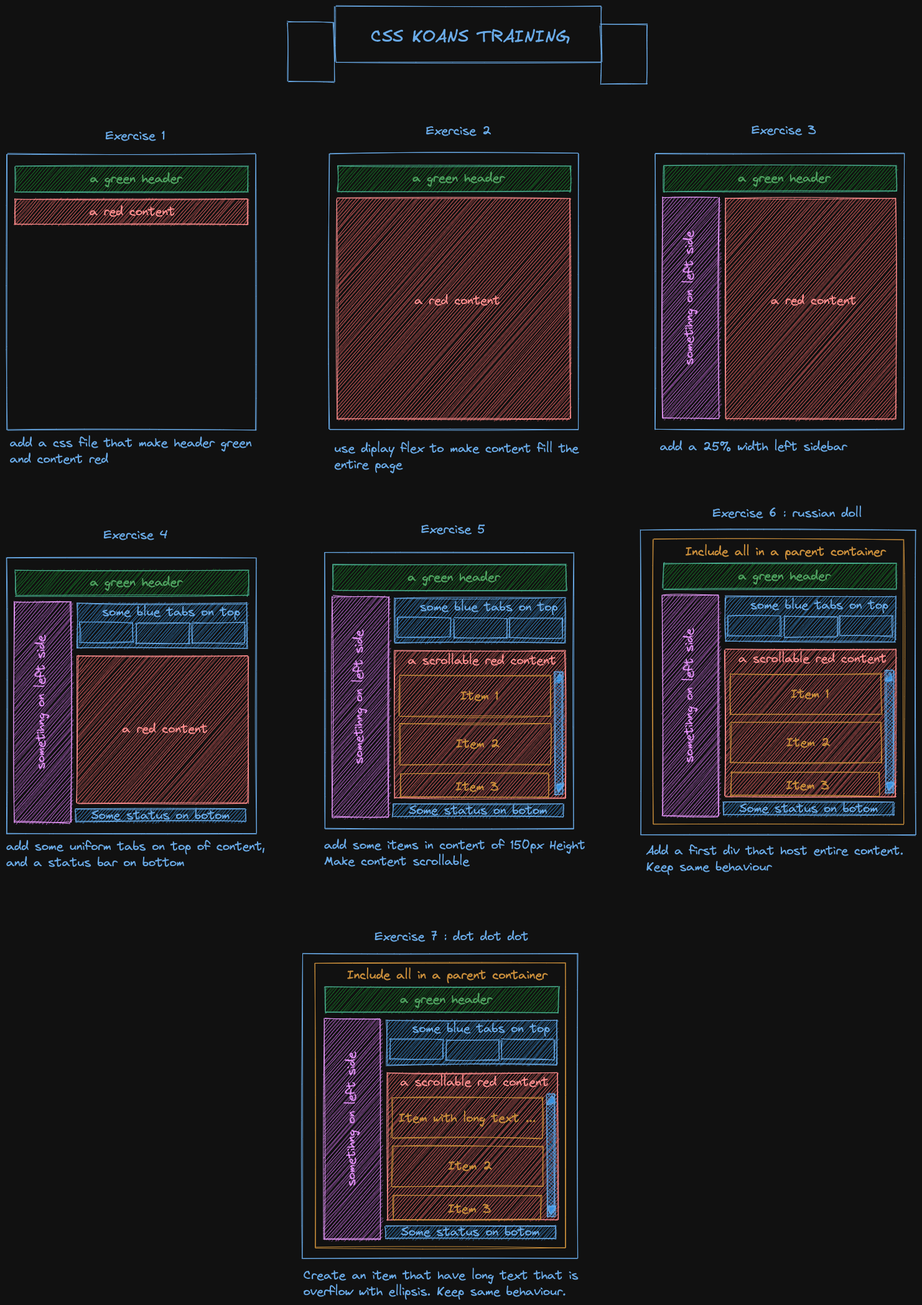
The Excalidraw diagram css-koans-training.png in mathieucans/css-koans-kata, before a commit. Source tidied: one line per element, renumbered; positions are measured from the earlier drawing's top-left corner, leaving out a move shared by most shapes.
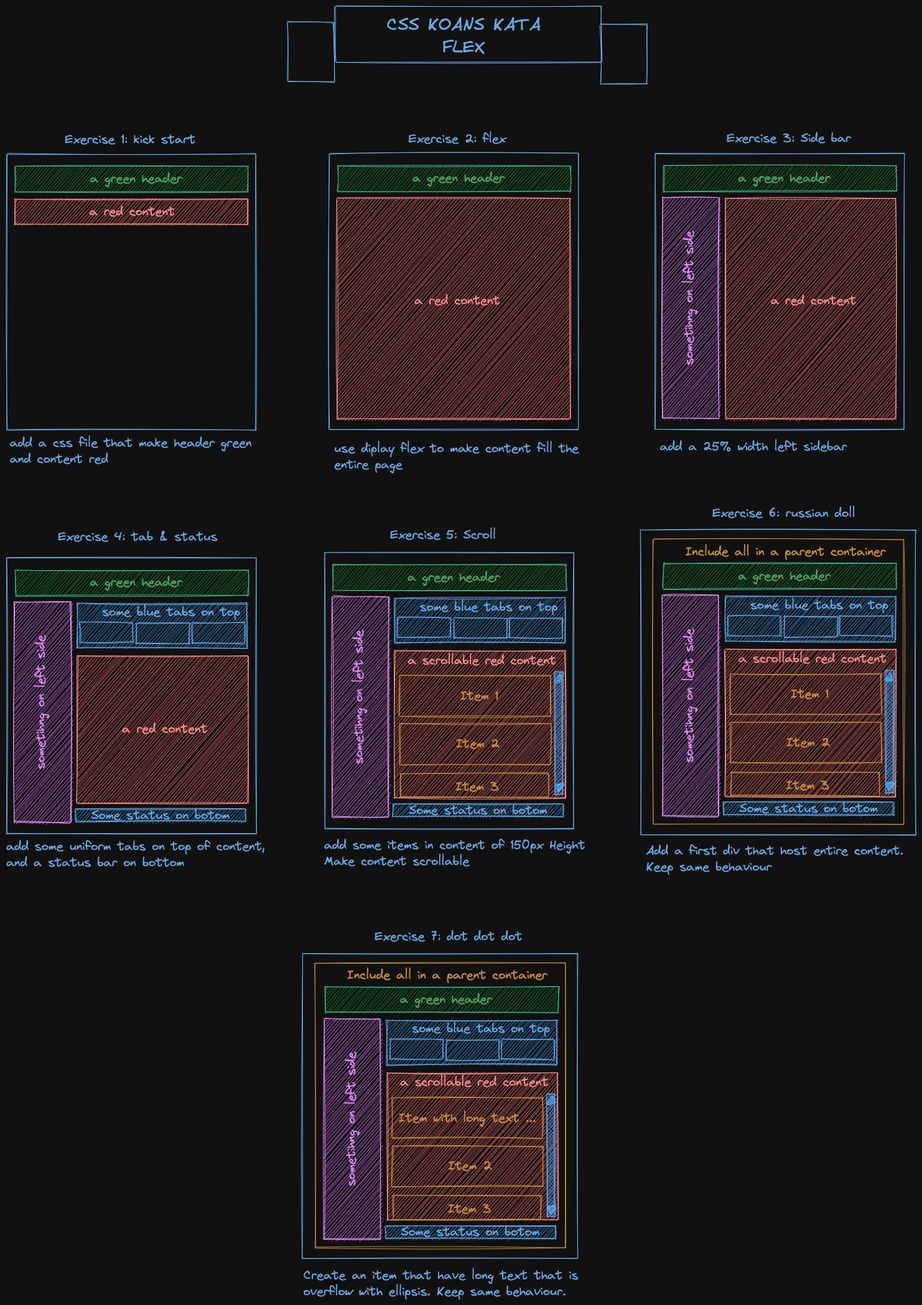
After the commit.

Commit message:
complete readme and improve visual instructions

What changed in the source:
```diff
@@ -14,11 +14,11 @@
 {"id": 13, "type": "text", "text": "a red content", "strokeColor": "#c92a2a", "strokeWidth": 1, "roughness": 1, "fontSize": 20, "fontFamily": 1, "x": 713, "y": 461, "width": 137, "height": 25}
 {"id": 14, "type": "text", "text": "a red content", "strokeColor": "#c92a2a", "strokeWidth": 1, "roughness": 1, "fontSize": 20, "fontFamily": 1, "x": 1286, "y": 461, "width": 137, "height": 25}
 {"id": 15, "type": "text", "text": " sometihng on left side", "strokeColor": "#862e9c", "angle": 4.71, "strokeWidth": 1, "roughness": 1, "fontSize": 20, "fontFamily": 1, "x": 1042, "y": 461, "width": 226, "height": 25}
-{"id": 16, "type": "text", "text": "Exercise 1", "strokeColor": "#1864ab", "backgroundColor": "#fa5252", "fillStyle": "hachure", "strokeWidth": 1, "roughness": 1, "fontSize": 20, "fontFamily": 1, "x": 217, "y": 196, "width": 96, "height": 25}
+{"id": 16, "type": "text", "text": "Exercise 1: kick start", "strokeColor": "#1864ab", "backgroundColor": "#fa5252", "fillStyle": "hachure", "strokeWidth": 1, "roughness": 1, "fontSize": 20, "fontFamily": 1, "x": 151, "y": 202, "width": 210, "height": 25}
-{"id": 17, "type": "text", "text": "Exercise 2", "strokeColor": "#1864ab", "backgroundColor": "#fa5252", "fillStyle": "hachure", "strokeWidth": 1, "roughness": 1, "fontSize": 20, "fontFamily": 1, "x": 732, "y": 188, "width": 105, "height": 25}
+{"id": 17, "type": "text", "text": "Exercise 2: flex", "strokeColor": "#1864ab", "backgroundColor": "#fa5252", "fillStyle": "hachure", "strokeWidth": 1, "roughness": 1, "fontSize": 20, "fontFamily": 1, "x": 704, "y": 201, "width": 157, "height": 25}
-{"id": 18, "type": "text", "text": "Exercise 3", "strokeColor": "#1864ab", "backgroundColor": "#fa5252", "fillStyle": "hachure", "strokeWidth": 1, "roughness": 1, "fontSize": 20, "fontFamily": 1, "x": 1255, "y": 187, "width": 104, "height": 25}
+{"id": 18, "type": "text", "text": "Exercise 3: Side bar", "strokeColor": "#1864ab", "backgroundColor": "#fa5252", "fillStyle": "hachure", "strokeWidth": 1, "roughness": 1, "fontSize": 20, "fontFamily": 1, "x": 1215, "y": 200, "width": 200, "height": 25}
 {"id": 19, "type": "rectangle", "strokeColor": "#862e9c", "backgroundColor": "#be4bdb", "fillStyle": "hachure", "strokeWidth": 1, "roughness": 1, "x": 1112, "y": 307, "width": 90, "height": 355}
-{"id": 20, "type": "text", "text": "CSS KOANS TRAINING", "strokeColor": "#1864ab", "backgroundColor": "#be4bdb", "fillStyle": "hachure", "strokeWidth": 1, "roughness": 1, "fontSize": 28, "fontFamily": 1, "x": 643, "y": 32, "width": 319, "height": 35}
+{"id": 20, "type": "text", "text": "CSS KOANS KATA\nFLEX", "strokeColor": "#1864ab", "backgroundColor": "#be4bdb", "fillStyle": "hachure", "strokeWidth": 1, "roughness": 1, "fontSize": 28, "fontFamily": 1, "textAlign": "center", "x": 669, "y": 14, "width": 247, "height": 71}
 {"id": 21, "type": "rectangle", "strokeColor": "#1864ab", "strokeWidth": 1, "roughness": 1, "x": 586, "y": 0, "width": 427, "height": 90}
 {"id": 22, "type": "rectangle", "strokeColor": "#1864ab", "strokeWidth": 1, "roughness": 1, "x": 1013, "y": 30, "width": 75, "height": 96}
 {"id": 23, "type": "rectangle", "strokeColor": "#1864ab", "strokeWidth": 1, "roughness": 1, "x": 510, "y": 26, "width": 75, "height": 96}
@@ -44,10 +44,10 @@
 {"id": 43, "type": "text", "text": " sometihng on left side", "strokeColor": "#862e9c", "angle": 4.71, "strokeWidth": 1, "roughness": 1, "fontSize": 20, "fontFamily": 1, "x": 511, "y": 1103, "width": 226, "height": 25}
 {"id": 44, "type": "text", "text": " sometihng on left side", "strokeColor": "#862e9c", "angle": 4.71, "strokeWidth": 1, "roughness": 1, "fontSize": 20, "fontFamily": 1, "x": 1042, "y": 1101, "width": 226, "height": 25}
 {"id": 45, "type": "text", "text": " sometihng on left side", "strokeColor": "#862e9c", "angle": 4.71, "strokeWidth": 1, "roughness": 1, "fontSize": 20, "fontFamily": 1, "x": 498, "y": 1782, "width": 226, "height": 25}
-{"id": 46, "type": "text", "text": "Exercise 4", "strokeColor": "#1864ab", "backgroundColor": "#fa5252", "fillStyle": "hachure", "strokeWidth": 1, "roughness": 1, "fontSize": 20, "fontFamily": 1, "x": 214, "y": 838, "width": 103, "height": 25}
+{"id": 46, "type": "text", "text": "Exercise 4: tab & status", "strokeColor": "#1864ab", "backgroundColor": "#fa5252", "fillStyle": "hachure", "strokeWidth": 1, "roughness": 1, "fontSize": 20, "fontFamily": 1, "x": 140, "y": 841, "width": 256, "height": 25}
-{"id": 47, "type": "text", "text": "Exercise 5", "strokeColor": "#1864ab", "backgroundColor": "#fa5252", "fillStyle": "hachure", "strokeWidth": 1, "roughness": 1, "fontSize": 20, "fontFamily": 1, "x": 724, "y": 829, "width": 103, "height": 25}
+{"id": 47, "type": "text", "text": "Exercise 5: Scroll", "strokeColor": "#1864ab", "backgroundColor": "#fa5252", "fillStyle": "hachure", "strokeWidth": 1, "roughness": 1, "fontSize": 20, "fontFamily": 1, "x": 674, "y": 838, "width": 170, "height": 25}
-{"id": 48, "type": "text", "text": "Exercise 6 : russian doll", "strokeColor": "#1864ab", "backgroundColor": "#fa5252", "fillStyle": "hachure", "strokeWidth": 1, "roughness": 1, "fontSize": 20, "fontFamily": 1, "x": 1193, "y": 803, "width": 240, "height": 25}
+{"id": 48, "type": "text", "text": "Exercise 6: russian doll", "strokeColor": "#1864ab", "backgroundColor": "#fa5252", "fillStyle": "hachure", "strokeWidth": 1, "roughness": 1, "fontSize": 20, "fontFamily": 1, "x": 1192, "y": 803, "width": 230, "height": 25}
-{"id": 49, "type": "text", "text": "Exercise 7 : dot dot dot", "strokeColor": "#1864ab", "backgroundColor": "#fa5252", "fillStyle": "hachure", "strokeWidth": 1, "roughness": 1, "fontSize": 20, "fontFamily": 1, "x": 649, "y": 1484, "width": 247, "height": 25}
+{"id": 49, "type": "text", "text": "Exercise 7: dot dot dot", "strokeColor": "#1864ab", "backgroundColor": "#fa5252", "fillStyle": "hachure", "strokeWidth": 1, "roughness": 1, "fontSize": 20, "fontFamily": 1, "x": 649, "y": 1484, "width": 237, "height": 25}
 {"id": 50, "type": "rectangle", "strokeColor": "#862e9c", "backgroundColor": "#be4bdb", "fillStyle": "hachure", "strokeWidth": 1, "roughness": 1, "x": 71, "y": 958, "width": 90, "height": 355}
 {"id": 51, "type": "rectangle", "strokeColor": "#862e9c", "backgroundColor": "#be4bdb", "fillStyle": "hachure", "strokeWidth": 1, "roughness": 1, "x": 581, "y": 949, "width": 90, "height": 355}
 {"id": 52, "type": "rectangle", "strokeColor": "#862e9c", "backgroundColor": "#be4bdb", "fillStyle": "hachure", "strokeWidth": 1, "roughness": 1, "x": 1112, "y": 948, "width": 90, "height": 355}
@@ -101,15 +101,15 @@
 {"id": 100, "type": "rectangle", "strokeColor": "#1864ab", "backgroundColor": "#228be6", "fillStyle": "cross-hatch", "strokeWidth": 1, "roughness": 1, "x": 939, "y": 1071, "width": 13, "height": 197}
 {"id": 101, "type": "rectangle", "strokeColor": "#1864ab", "backgroundColor": "#228be6", "fillStyle": "cross-hatch", "strokeWidth": 1, "roughness": 1, "x": 1470, "y": 1068, "width": 13, "height": 197}
 {"id": 102, "type": "rectangle", "strokeColor": "#1864ab", "backgroundColor": "#228be6", "fillStyle": "cross-hatch", "strokeWidth": 1, "roughness": 1, "x": 926, "y": 1750, "width": 13, "height": 197}
-{"id": 103, "type": "line", "strokeColor": "#1864ab", "angle": 2.32, "backgroundColor": "#228be6", "fillStyle": "solid", "strokeWidth": 1, "roughness": 1, "x": 938, "y": 1127, "width": 14, "height": 10, "points": [[0, -40], [14, -42], [6, -50], [0, -40]]}
+{"id": 103, "type": "line", "strokeColor": "#1864ab", "angle": 2.32, "backgroundColor": "#228be6", "fillStyle": "solid", "strokeWidth": 1, "roughness": 1, "x": 938, "y": 1087, "width": 14, "height": 10, "points": [[0, 0], [14, -2], [6, -10], [0, 0]]}
-{"id": 104, "type": "line", "strokeColor": "#1864ab", "angle": 2.32, "backgroundColor": "#228be6", "fillStyle": "solid", "strokeWidth": 1, "roughness": 1, "x": 1469, "y": 1125, "width": 14, "height": 10, "points": [[0, -40], [14, -42], [6, -50], [0, -40]]}
+{"id": 104, "type": "line", "strokeColor": "#1864ab", "angle": 2.32, "backgroundColor": "#228be6", "fillStyle": "solid", "strokeWidth": 1, "roughness": 1, "x": 1469, "y": 1085, "width": 14, "height": 10, "points": [[0, 0], [14, -2], [6, -10], [0, 0]]}
-{"id": 105, "type": "line", "strokeColor": "#1864ab", "angle": 2.32, "backgroundColor": "#228be6", "fillStyle": "solid", "strokeWidth": 1, "roughness": 1, "x": 926, "y": 1806, "width": 14, "height": 10, "points": [[0, -40], [14, -42], [6, -50], [0, -40]]}
+{"id": 105, "type": "line", "strokeColor": "#1864ab", "angle": 2.32, "backgroundColor": "#228be6", "fillStyle": "solid", "strokeWidth": 1, "roughness": 1, "x": 926, "y": 1766, "width": 14, "height": 10, "points": [[0, 0], [14, -2], [6, -10], [0, 0]]}
-{"id": 106, "type": "line", "strokeColor": "#1864ab", "angle": 5.49, "backgroundColor": "#228be6", "fillStyle": "solid", "strokeWidth": 1, "roughness": 1, "x": 939, "y": 1300, "width": 14, "height": 10, "points": [[0, -40], [14, -42], [6, -50], [0, -40]]}
+{"id": 106, "type": "line", "strokeColor": "#1864ab", "angle": 5.49, "backgroundColor": "#228be6", "fillStyle": "solid", "strokeWidth": 1, "roughness": 1, "x": 939, "y": 1260, "width": 14, "height": 10, "points": [[0, 0], [14, -2], [6, -10], [0, 0]]}
-{"id": 107, "type": "line", "strokeColor": "#1864ab", "angle": 5.49, "backgroundColor": "#228be6", "fillStyle": "solid", "strokeWidth": 1, "roughness": 1, "x": 1470, "y": 1298, "width": 14, "height": 10, "points": [[0, -40], [14, -42], [6, -50], [0, -40]]}
+{"id": 107, "type": "line", "strokeColor": "#1864ab", "angle": 5.49, "backgroundColor": "#228be6", "fillStyle": "solid", "strokeWidth": 1, "roughness": 1, "x": 1470, "y": 1258, "width": 14, "height": 10, "points": [[0, 0], [14, -2], [6, -10], [0, 0]]}
-{"id": 108, "type": "line", "strokeColor": "#1864ab", "angle": 5.49, "backgroundColor": "#228be6", "fillStyle": "solid", "strokeWidth": 1, "roughness": 1, "x": 927, "y": 1979, "width": 14, "height": 10, "points": [[0, -40], [14, -42], [6, -50], [0, -40]]}
+{"id": 108, "type": "line", "strokeColor": "#1864ab", "angle": 5.49, "backgroundColor": "#228be6", "fillStyle": "solid", "strokeWidth": 1, "roughness": 1, "x": 927, "y": 1939, "width": 14, "height": 10, "points": [[0, 0], [14, -2], [6, -10], [0, 0]]}
-{"id": 109, "type": "line", "strokeColor": "#1864ab", "angle": 5.49, "backgroundColor": "#228be6", "fillStyle": "solid", "strokeWidth": 1, "roughness": 1, "x": 939, "y": 1300, "width": 14, "height": 10, "points": [[0, -40], [14, -42], [6, -50], [0, -40]]}
+{"id": 109, "type": "line", "strokeColor": "#1864ab", "angle": 5.49, "backgroundColor": "#228be6", "fillStyle": "solid", "strokeWidth": 1, "roughness": 1, "x": 939, "y": 1260, "width": 14, "height": 10, "points": [[0, 0], [14, -2], [6, -10], [0, 0]]}
-{"id": 110, "type": "line", "strokeColor": "#1864ab", "angle": 5.49, "backgroundColor": "#228be6", "fillStyle": "solid", "strokeWidth": 1, "roughness": 1, "x": 1470, "y": 1298, "width": 14, "height": 10, "points": [[0, -40], [14, -42], [6, -50], [0, -40]]}
+{"id": 110, "type": "line", "strokeColor": "#1864ab", "angle": 5.49, "backgroundColor": "#228be6", "fillStyle": "solid", "strokeWidth": 1, "roughness": 1, "x": 1470, "y": 1258, "width": 14, "height": 10, "points": [[0, 0], [14, -2], [6, -10], [0, 0]]}
-{"id": 111, "type": "line", "strokeColor": "#1864ab", "angle": 5.49, "backgroundColor": "#228be6", "fillStyle": "solid", "strokeWidth": 1, "roughness": 1, "x": 927, "y": 1979, "width": 14, "height": 10, "points": [[0, -40], [14, -42], [6, -50], [0, -40]]}
+{"id": 111, "type": "line", "strokeColor": "#1864ab", "angle": 5.49, "backgroundColor": "#228be6", "fillStyle": "solid", "strokeWidth": 1, "roughness": 1, "x": 927, "y": 1939, "width": 14, "height": 10, "points": [[0, 0], [14, -2], [6, -10], [0, 0]]}
 {"id": 112, "type": "text", "text": "Include all in a parent container", "strokeColor": "#a56000", "backgroundColor": "#228be6", "fillStyle": "cross-hatch", "strokeWidth": 1, "roughness": 1, "fontSize": 20, "fontFamily": 1, "x": 1149, "y": 865, "width": 322, "height": 25}
 {"id": 113, "type": "text", "text": "Include all in a parent container", "strokeColor": "#a56000", "backgroundColor": "#228be6", "fillStyle": "cross-hatch", "strokeWidth": 1, "roughness": 1, "fontSize": 20, "fontFamily": 1, "x": 605, "y": 1546, "width": 322, "height": 25}
 {"id": 114, "type": "rectangle", "strokeColor": "#a56000", "strokeWidth": 1, "roughness": 1, "x": 1097, "y": 858, "width": 403, "height": 458}
```
